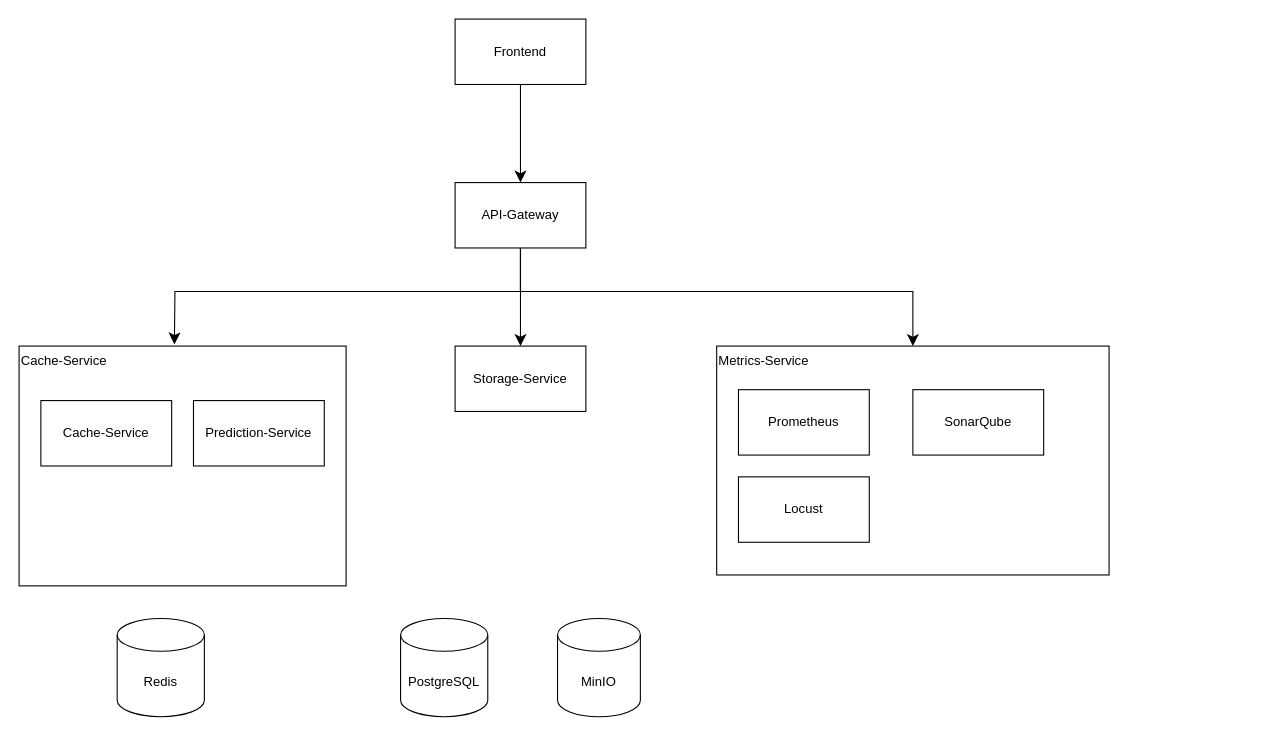
Earlier version of the draw.io diagram Unbenanntes Diagramm.drawio (MarvMa/ARPAS-Services). Source tidied: cells renumbered, new cells numbered last; positions are measured from the earlier drawing's top-left corner, leaving out a move shared by most shapes. Both pictures are drawn from the tidied source at 109%, with x=0, y=0 at pixel (19, 19).
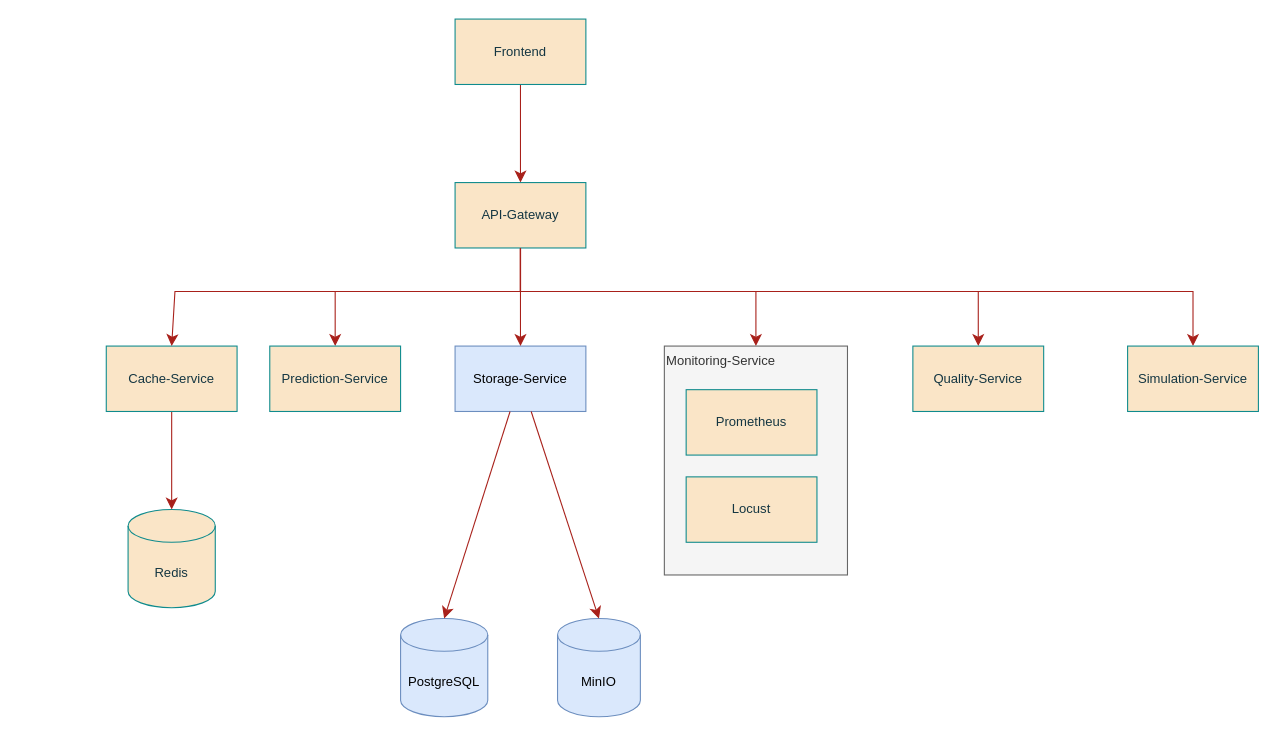
After the change.

Commit message:
Update connections between services and use a modular design

The edit, as a diff of the source:
```diff
@@
-    <mxCell id="2" value="Storage-Service" style="rounded=0;whiteSpace=wrap;html=1;" parent="1" vertex="1">
+    <mxCell id="2" value="Storage-Service" style="rounded=0;whiteSpace=wrap;html=1;labelBackgroundColor=none;fillColor=#dae8fc;strokeColor=#6c8ebf;" parent="1" vertex="1">
       <mxGeometry x="400" y="300" width="120" height="60" as="geometry" />
     </mxCell>
-    <mxCell id="3" style="edgeStyle=none;curved=1;rounded=0;jettySize=auto;html=1;fontSize=12;startSize=8;endSize=8;" parent="1" edge="1" source="4" target="7">
+    <mxCell id="3" style="edgeStyle=none;curved=1;rounded=0;jettySize=auto;html=1;fontSize=12;startSize=8;endSize=8;labelBackgroundColor=none;strokeColor=#A8201A;fontColor=default;" parent="1" edge="1" source="4" target="7">
       <mxGeometry relative="1" as="geometry" />
     </mxCell>
-    <mxCell id="4" value="Frontend" style="rounded=0;whiteSpace=wrap;html=1;" parent="1" vertex="1">
+    <mxCell id="4" value="Frontend" style="rounded=0;whiteSpace=wrap;html=1;labelBackgroundColor=none;fillColor=#FAE5C7;strokeColor=#0F8B8D;fontColor=#143642;" parent="1" vertex="1">
       <mxGeometry x="400" width="120" height="60" as="geometry" />
     </mxCell>
-    <mxCell id="5" style="edgeStyle=none;curved=0;rounded=0;jettySize=auto;html=1;entryX=0.5;entryY=0;entryDx=0;entryDy=0;fontSize=12;startSize=8;endSize=8;" parent="1" edge="1" source="7" target="9">
+    <mxCell id="5" style="edgeStyle=none;curved=0;rounded=0;jettySize=auto;html=1;entryX=0.5;entryY=0;entryDx=0;entryDy=0;fontSize=12;startSize=8;endSize=8;labelBackgroundColor=none;strokeColor=#A8201A;fontColor=default;" parent="1" edge="1" source="7" target="9">
       <mxGeometry relative="1" as="geometry">
         <Array as="points">
           <mxPoint x="460" y="250" />
-          <mxPoint x="820" y="250" />
+          <mxPoint x="676" y="250" />
         </Array>
       </mxGeometry>
     </mxCell>
-    <mxCell id="6" style="edgeStyle=none;curved=1;rounded=0;jettySize=auto;html=1;fontSize=12;startSize=8;endSize=8;" parent="1" edge="1" source="7" target="2">
+    <mxCell id="6" style="edgeStyle=none;curved=1;rounded=0;jettySize=auto;html=1;fontSize=12;startSize=8;endSize=8;labelBackgroundColor=none;strokeColor=#A8201A;fontColor=default;" parent="1" edge="1" source="7" target="2">
       <mxGeometry relative="1" as="geometry" />
     </mxCell>
+    <mxCell id="19" style="edgeStyle=none;curved=0;rounded=0;jettySize=auto;html=1;entryX=0.5;entryY=0;entryDx=0;entryDy=0;fontSize=12;startSize=8;endSize=8;labelBackgroundColor=none;strokeColor=#A8201A;fontColor=default;" parent="1" edge="1" source="7" target="17">
+      <mxGeometry relative="1" as="geometry">
+        <Array as="points">
+          <mxPoint x="460" y="250" />
+          <mxPoint x="290" y="250" />
+        </Array>
+      </mxGeometry>
+    </mxCell>
+    <mxCell id="20" style="edgeStyle=none;curved=0;rounded=0;jettySize=auto;html=1;entryX=0.5;entryY=0;entryDx=0;entryDy=0;strokeColor=#A8201A;fontSize=12;fontColor=#143642;startSize=8;endSize=8;fillColor=#FAE5C7;exitX=0.5;exitY=1;exitDx=0;exitDy=0;" parent="1" edge="1" source="7" target="25">
+      <mxGeometry relative="1" as="geometry">
+        <Array as="points">
+          <mxPoint x="460" y="250" />
+          <mxPoint x="1077" y="250" />
+        </Array>
+      </mxGeometry>
+    </mxCell>
+    <mxCell id="21" style="edgeStyle=none;curved=0;rounded=0;jettySize=auto;html=1;entryX=0.5;entryY=0;entryDx=0;entryDy=0;strokeColor=#A8201A;fontSize=12;fontColor=#143642;startSize=8;endSize=8;fillColor=#FAE5C7;" parent="1" edge="1" source="7" target="15">
+      <mxGeometry relative="1" as="geometry">
+        <Array as="points">
+          <mxPoint x="460" y="250" />
+          <mxPoint x="880" y="250" />
+        </Array>
+      </mxGeometry>
+    </mxCell>
-    <mxCell id="7" value="API-Gateway" style="rounded=0;whiteSpace=wrap;html=1;" parent="1" vertex="1">
+    <mxCell id="7" value="API-Gateway" style="rounded=0;whiteSpace=wrap;html=1;labelBackgroundColor=none;fillColor=#FAE5C7;strokeColor=#0F8B8D;fontColor=#143642;" parent="1" vertex="1">
       <mxGeometry x="400" y="150" width="120" height="60" as="geometry" />
     </mxCell>
-    <mxCell id="8" value="Cache-Service" style="rounded=0;whiteSpace=wrap;html=1;verticalAlign=top;align=left;" parent="1" vertex="1">
-      <mxGeometry y="300" width="300" height="220" as="geometry" />
-    </mxCell>
-    <mxCell id="9" value="Metrics-Service" style="rounded=0;whiteSpace=wrap;html=1;verticalAlign=top;align=left;" parent="1" vertex="1">
-      <mxGeometry x="640" y="300" width="360" height="210" as="geometry" />
+    <mxCell id="9" value="Monitoring-Service" style="rounded=0;whiteSpace=wrap;html=1;verticalAlign=top;align=left;labelBackgroundColor=none;fillColor=#f5f5f5;strokeColor=#666666;fontColor=#333333;" parent="1" vertex="1">
+      <mxGeometry x="592" y="300" width="168" height="210" as="geometry" />
     </mxCell>
-    <mxCell id="10" value="MinIO" style="shape=cylinder3;whiteSpace=wrap;html=1;boundedLbl=1;backgroundOutline=1;size=15;" parent="1" vertex="1">
+    <mxCell id="10" value="MinIO" style="shape=cylinder3;whiteSpace=wrap;html=1;boundedLbl=1;backgroundOutline=1;size=15;labelBackgroundColor=none;fillColor=#dae8fc;strokeColor=#6c8ebf;" parent="1" vertex="1">
       <mxGeometry x="494" y="550" width="76" height="90" as="geometry" />
     </mxCell>
-    <mxCell id="11" value="PostgreSQL" style="shape=cylinder3;whiteSpace=wrap;html=1;boundedLbl=1;backgroundOutline=1;size=15;" parent="1" vertex="1">
+    <mxCell id="11" value="PostgreSQL" style="shape=cylinder3;whiteSpace=wrap;html=1;boundedLbl=1;backgroundOutline=1;size=15;labelBackgroundColor=none;fillColor=#dae8fc;strokeColor=#6c8ebf;" parent="1" vertex="1">
       <mxGeometry x="350" y="550" width="80" height="90" as="geometry" />
     </mxCell>
-    <mxCell id="12" value="Redis" style="shape=cylinder3;whiteSpace=wrap;html=1;boundedLbl=1;backgroundOutline=1;size=15;" parent="1" vertex="1">
-      <mxGeometry x="90" y="550" width="80" height="90" as="geometry" />
+    <mxCell id="12" value="Redis" style="shape=cylinder3;whiteSpace=wrap;html=1;boundedLbl=1;backgroundOutline=1;size=15;labelBackgroundColor=none;fillColor=#FAE5C7;strokeColor=#0F8B8D;fontColor=#143642;" parent="1" vertex="1">
+      <mxGeometry x="100" y="450" width="80" height="90" as="geometry" />
     </mxCell>
-    <mxCell id="13" value="Prometheus" style="rounded=0;whiteSpace=wrap;html=1;" parent="1" vertex="1">
-      <mxGeometry x="660" y="340" width="120" height="60" as="geometry" />
+    <mxCell id="13" value="Prometheus" style="rounded=0;whiteSpace=wrap;html=1;labelBackgroundColor=none;fillColor=#FAE5C7;strokeColor=#0F8B8D;fontColor=#143642;" parent="1" vertex="1">
+      <mxGeometry x="612" y="340" width="120" height="60" as="geometry" />
     </mxCell>
-    <mxCell id="14" value="Locust" style="rounded=0;whiteSpace=wrap;html=1;" parent="1" vertex="1">
-      <mxGeometry x="660" y="420" width="120" height="60" as="geometry" />
+    <mxCell id="14" value="Locust" style="rounded=0;whiteSpace=wrap;html=1;labelBackgroundColor=none;fillColor=#FAE5C7;strokeColor=#0F8B8D;fontColor=#143642;" parent="1" vertex="1">
+      <mxGeometry x="612" y="420" width="120" height="60" as="geometry" />
     </mxCell>
-    <mxCell id="15" value="SonarQube" style="rounded=0;whiteSpace=wrap;html=1;" parent="1" vertex="1">
-      <mxGeometry x="820" y="340" width="120" height="60" as="geometry" />
+    <mxCell id="15" value="Quality-Service" style="rounded=0;whiteSpace=wrap;html=1;labelBackgroundColor=none;fillColor=#FAE5C7;strokeColor=#0F8B8D;fontColor=#143642;" parent="1" vertex="1">
+      <mxGeometry x="820" y="300" width="120" height="60" as="geometry" />
     </mxCell>
+    <mxCell id="22" style="edgeStyle=none;curved=1;rounded=0;jettySize=auto;html=1;strokeColor=#A8201A;fontSize=12;fontColor=#143642;startSize=8;endSize=8;fillColor=#FAE5C7;" parent="1" edge="1" source="16" target="12">
+      <mxGeometry relative="1" as="geometry" />
+    </mxCell>
-    <mxCell id="16" value="Cache-Service" style="rounded=0;whiteSpace=wrap;html=1;" parent="1" vertex="1">
-      <mxGeometry x="20" y="350" width="120" height="60" as="geometry" />
+    <mxCell id="16" value="Cache-Service" style="rounded=0;whiteSpace=wrap;html=1;labelBackgroundColor=none;fillColor=#FAE5C7;strokeColor=#0F8B8D;fontColor=#143642;" parent="1" vertex="1">
+      <mxGeometry x="80" y="300" width="120" height="60" as="geometry" />
     </mxCell>
-    <mxCell id="17" value="Prediction-Service" style="rounded=0;whiteSpace=wrap;html=1;" parent="1" vertex="1">
-      <mxGeometry x="160" y="350" width="120" height="60" as="geometry" />
+    <mxCell id="17" value="Prediction-Service" style="rounded=0;whiteSpace=wrap;html=1;labelBackgroundColor=none;fillColor=#FAE5C7;strokeColor=#0F8B8D;fontColor=#143642;" parent="1" vertex="1">
+      <mxGeometry x="230" y="300" width="120" height="60" as="geometry" />
     </mxCell>
-    <mxCell id="18" style="edgeStyle=none;curved=0;rounded=0;jettySize=auto;html=1;entryX=0.475;entryY=-0.007;entryDx=0;entryDy=0;entryPerimeter=0;fontSize=12;startSize=8;endSize=8;" parent="1" edge="1" source="7" target="8">
+    <mxCell id="18" style="edgeStyle=none;curved=0;rounded=0;jettySize=auto;html=1;fontSize=12;startSize=8;endSize=8;entryX=0.5;entryY=0;entryDx=0;entryDy=0;labelBackgroundColor=none;strokeColor=#A8201A;fontColor=default;" parent="1" edge="1" source="7" target="16">
       <mxGeometry relative="1" as="geometry">
         <Array as="points">
           <mxPoint x="460" y="250" />
           <mxPoint x="143" y="250" />
         </Array>
       </mxGeometry>
     </mxCell>
+    <mxCell id="23" style="edgeStyle=none;curved=1;rounded=0;jettySize=auto;html=1;entryX=0.5;entryY=0;entryDx=0;entryDy=0;entryPerimeter=0;strokeColor=#A8201A;fontSize=12;fontColor=#143642;startSize=8;endSize=8;fillColor=#FAE5C7;" parent="1" edge="1" source="2" target="11">
+      <mxGeometry relative="1" as="geometry" />
+    </mxCell>
+    <mxCell id="24" style="edgeStyle=none;curved=1;rounded=0;jettySize=auto;html=1;entryX=0.5;entryY=0;entryDx=0;entryDy=0;entryPerimeter=0;strokeColor=#A8201A;fontSize=12;fontColor=#143642;startSize=8;endSize=8;fillColor=#FAE5C7;" parent="1" edge="1" source="2" target="10">
+      <mxGeometry relative="1" as="geometry" />
+    </mxCell>
+    <mxCell id="25" value="Simulation-Service" style="rounded=0;whiteSpace=wrap;html=1;labelBackgroundColor=none;fillColor=#FAE5C7;strokeColor=#0F8B8D;fontColor=#143642;" parent="1" vertex="1">
+      <mxGeometry x="1017" y="300" width="120" height="60" as="geometry" />
+    </mxCell>
```
